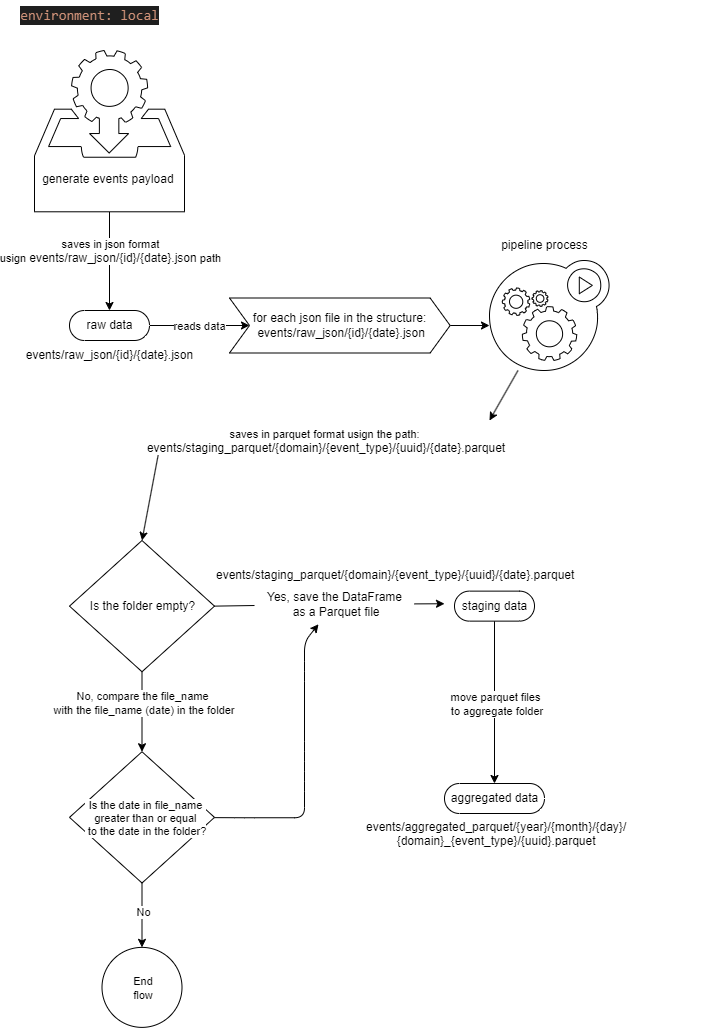
aureliowozhiak/case-pismo keeps this draw.io diagram as doc/pipeline_flow.png. Above is the earlier version. Source tidied: cells renumbered, new cells last; positions are measured from the earlier drawing's top-left corner, leaving out a move shared by most shapes.
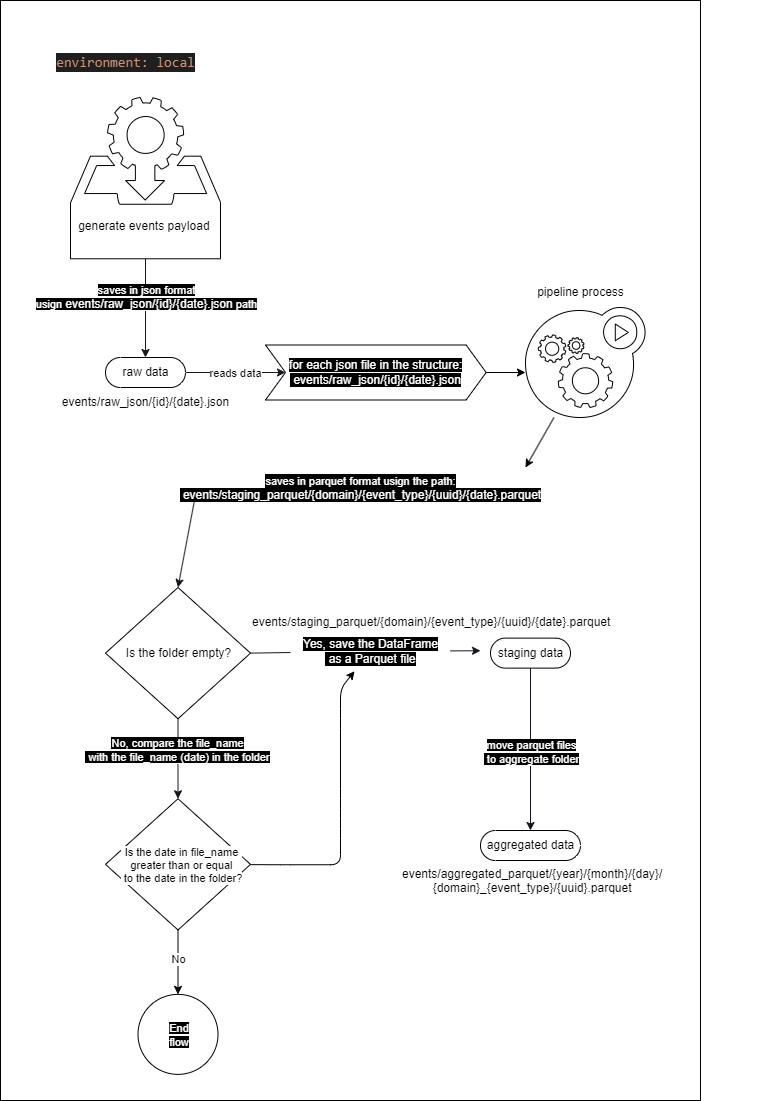
After the commit.

Commit message:
update flow imgs

What changed in the source:
```diff
@@ -2,7 +2,10 @@
   <root>
     <mxCell id="0" />
     <mxCell id="1" parent="0" />
+    <mxCell id="38" style="rounded=0;whiteSpace=wrap;html=1;fillColor=#FFFFFF;" parent="1" vertex="1">
+      <mxGeometry x="-45" y="-47" width="700" height="1100" as="geometry" />
+    </mxCell>
-    <mxCell id="2" style="edgeStyle=none;html=1;" parent="1" edge="1" source="4" target="17">
+    <mxCell id="2" style="edgeStyle=none;html=1;strokeColor=#18141D;" parent="1" edge="1" source="4" target="17">
       <mxGeometry relative="1" as="geometry" />
     </mxCell>
     <mxCell id="3" value="reads data" style="edgeLabel;html=1;align=center;verticalAlign=middle;" parent="2" vertex="1">
@@ -13,10 +16,10 @@
     <mxCell id="4" value="raw data" style="html=1;dashed=0;whitespace=wrap;shape=mxgraph.dfd.start;" parent="1" vertex="1">
       <mxGeometry x="60" y="310" width="80" height="30" as="geometry" />
     </mxCell>
-    <mxCell id="5" style="edgeStyle=none;html=1;" parent="1" edge="1" source="7" target="36">
+    <mxCell id="5" style="edgeStyle=none;html=1;strokeColor=#18141D;" parent="1" edge="1" source="7" target="36">
       <mxGeometry relative="1" as="geometry" />
     </mxCell>
-    <mxCell id="6" value="&lt;span style=&quot;background-color: rgb(255, 255, 255);&quot;&gt;&lt;font color=&quot;#000000&quot;&gt;move parquet files&lt;br&gt;&amp;nbsp;to aggregate folder&lt;/font&gt;&lt;/span&gt;" style="edgeLabel;html=1;align=center;verticalAlign=middle;" parent="5" vertex="1">
+    <mxCell id="6" value="&lt;font style=&quot;background-color: rgb(0, 0, 0);&quot; color=&quot;#ffffff&quot;&gt;move parquet files&lt;br&gt;&amp;nbsp;to aggregate folder&lt;/font&gt;" style="edgeLabel;html=1;align=center;verticalAlign=middle;" parent="5" vertex="1">
       <mxGeometry x="-0.29" y="-1" relative="1" as="geometry">
         <mxPoint x="1" y="25" as="offset" />
       </mxGeometry>
@@ -24,10 +27,10 @@
     <mxCell id="7" value="staging data" style="html=1;dashed=0;whitespace=wrap;shape=mxgraph.dfd.start;" parent="1" vertex="1">
       <mxGeometry x="445" y="590.6" width="80" height="30" as="geometry" />
     </mxCell>
-    <mxCell id="8" style="edgeStyle=none;html=1;" parent="1" edge="1" source="10" target="4">
+    <mxCell id="8" style="edgeStyle=none;html=1;strokeColor=#18141D;" parent="1" edge="1" source="10" target="4">
       <mxGeometry relative="1" as="geometry" />
     </mxCell>
-    <mxCell id="9" value="&lt;span style=&quot;background-color: rgb(255, 255, 255);&quot;&gt;&lt;font color=&quot;#000000&quot;&gt;saves in json format &lt;br&gt;usign&amp;nbsp;&lt;span style=&quot;font-size: 12px;&quot;&gt;events/raw_json/{id}/{date}.json&lt;/span&gt;&amp;nbsp;path&lt;/font&gt;&lt;/span&gt;" style="edgeLabel;html=1;align=center;verticalAlign=middle;" parent="8" vertex="1">
+    <mxCell id="9" value="&lt;font color=&quot;#ffffff&quot; style=&quot;background-color: rgb(0, 0, 0);&quot;&gt;saves in json format &lt;br&gt;usign&amp;nbsp;&lt;span style=&quot;font-size: 12px;&quot;&gt;events/raw_json/{id}/{date}.json&lt;/span&gt;&amp;nbsp;path&lt;/font&gt;" style="edgeLabel;html=1;align=center;verticalAlign=middle;" parent="8" vertex="1">
       <mxGeometry x="-0.45" y="3" relative="1" as="geometry">
         <mxPoint x="-3" y="11" as="offset" />
       </mxGeometry>
@@ -38,7 +41,7 @@
     <mxCell id="11" value="&lt;span style=&quot;color: rgb(0, 0, 0); background-color: rgb(255, 255, 255);&quot;&gt;events/raw_json/{id}/{date}.json&lt;/span&gt;" style="text;html=1;align=center;verticalAlign=middle;strokeColor=none;fillColor=none;" parent="1" vertex="1">
       <mxGeometry x="5" y="340" width="190" height="30" as="geometry" />
     </mxCell>
-    <mxCell id="12" style="edgeStyle=none;html=1;entryX=1;entryY=0;entryDx=0;entryDy=0;" parent="1" edge="1" source="13" target="20">
+    <mxCell id="12" style="edgeStyle=none;html=1;entryX=1;entryY=0;entryDx=0;entryDy=0;strokeColor=#000000;" parent="1" edge="1" source="13" target="20">
       <mxGeometry relative="1" as="geometry" />
     </mxCell>
     <mxCell id="13" style="sketch=0;html=1;shadow=0;align=center;verticalAlign=top;shape=mxgraph.gcp2.gear_load;labelBackgroundColor=#0D0D0D;" parent="1" vertex="1">
@@ -50,31 +53,31 @@
     <mxCell id="15" value="&lt;div style=&quot;color: rgb(204, 204, 204); background-color: rgb(31, 31, 31); font-family: Consolas, &amp;quot;Courier New&amp;quot;, monospace; font-size: 14px; line-height: 19px;&quot;&gt;&lt;span style=&quot;color: #ce9178;&quot;&gt;environment: local&lt;/span&gt;&lt;/div&gt;" style="text;html=1;align=center;verticalAlign=middle;strokeColor=none;fillColor=none;" parent="1" vertex="1">
       <mxGeometry width="160" height="30" as="geometry" />
     </mxCell>
-    <mxCell id="16" style="edgeStyle=none;html=1;exitX=1;exitY=0.5;exitDx=0;exitDy=0;entryX=0;entryY=0.591;entryDx=0;entryDy=0;entryPerimeter=0;" parent="1" edge="1" source="17" target="13">
+    <mxCell id="16" style="edgeStyle=none;html=1;exitX=1;exitY=0.5;exitDx=0;exitDy=0;entryX=0;entryY=0.591;entryDx=0;entryDy=0;entryPerimeter=0;strokeColor=#000000;" parent="1" edge="1" source="17" target="13">
       <mxGeometry relative="1" as="geometry" />
     </mxCell>
     <mxCell id="17" style="shape=step;perimeter=stepPerimeter;whiteSpace=wrap;html=1;fixedSize=1;verticalAlign=top;sketch=0;shadow=0;labelBackgroundColor=#0D0D0D;" parent="1" vertex="1">
       <mxGeometry x="220" y="297.5" width="220.6" height="55" as="geometry" />
     </mxCell>
-    <mxCell id="18" value="&lt;font style=&quot;background-color: rgb(255, 255, 255);&quot; color=&quot;#000000&quot;&gt;for each json file in the structure:&lt;br&gt;&amp;nbsp;events/raw_json/{id}/{date}.json&lt;/font&gt;" style="text;html=1;align=center;verticalAlign=middle;strokeColor=none;fillColor=none;" parent="1" vertex="1">
+    <mxCell id="18" value="&lt;font color=&quot;#ffffff&quot; style=&quot;background-color: rgb(0, 0, 0);&quot;&gt;for each json file in the structure:&lt;br&gt;&amp;nbsp;events/raw_json/{id}/{date}.json&lt;/font&gt;" style="text;html=1;align=center;verticalAlign=middle;strokeColor=none;fillColor=none;" parent="1" vertex="1">
       <mxGeometry x="230.3" y="305" width="200" height="40" as="geometry" />
     </mxCell>
-    <mxCell id="19" style="edgeStyle=none;html=1;exitX=0;exitY=0.5;exitDx=0;exitDy=0;entryX=0.5;entryY=0;entryDx=0;entryDy=0;" parent="1" edge="1" source="20" target="23">
+    <mxCell id="19" style="edgeStyle=none;html=1;exitX=0;exitY=0.5;exitDx=0;exitDy=0;entryX=0.5;entryY=0;entryDx=0;entryDy=0;strokeColor=#18141D;" parent="1" edge="1" source="20" target="23">
       <mxGeometry relative="1" as="geometry" />
     </mxCell>
-    <mxCell id="20" value="&lt;font style=&quot;background-color: rgb(255, 255, 255);&quot; color=&quot;#000000&quot;&gt;&lt;span style=&quot;font-family: Helvetica; font-size: 11px; font-style: normal; font-variant-ligatures: normal; font-variant-caps: normal; font-weight: 400; letter-spacing: normal; orphans: 2; text-indent: 0px; text-transform: none; widows: 2; word-spacing: 0px; -webkit-text-stroke-width: 0px; text-decoration-thickness: initial; text-decoration-style: initial; text-decoration-color: initial; float: none; display: inline !important;&quot;&gt;saves in parquet format&amp;nbsp;&lt;/span&gt;&lt;span style=&quot;font-family: Helvetica; font-size: 11px; font-style: normal; font-variant-ligatures: normal; font-variant-caps: normal; font-weight: 400; letter-spacing: normal; orphans: 2; text-indent: 0px; text-transform: none; widows: 2; word-spacing: 0px; -webkit-text-stroke-width: 0px; text-decoration-thickness: initial; text-decoration-style: initial; text-decoration-color: initial; float: none; display: inline !important;&quot;&gt;usign the path:&lt;br&gt;&amp;nbsp;&lt;/span&gt;&lt;span style=&quot;border-color: rgb(0, 0, 0); font-family: Helvetica; font-style: normal; font-variant-ligatures: normal; font-variant-caps: normal; font-weight: 400; letter-spacing: normal; orphans: 2; text-indent: 0px; text-transform: none; widows: 2; word-spacing: 0px; -webkit-text-stroke-width: 0px; text-decoration-thickness: initial; text-decoration-style: initial; text-decoration-color: initial; font-size: 12px;&quot;&gt;events/staging_parquet/{domain}/{event_type}/{uuid}/{date}.parquet&lt;/span&gt;&lt;/font&gt;" style="text;html=1;align=center;" parent="1" vertex="1">
+    <mxCell id="20" value="&lt;font color=&quot;#ffffff&quot; style=&quot;background-color: rgb(0, 0, 0);&quot;&gt;&lt;span style=&quot;font-family: Helvetica; font-size: 11px; font-style: normal; font-variant-ligatures: normal; font-variant-caps: normal; font-weight: 400; letter-spacing: normal; orphans: 2; text-indent: 0px; text-transform: none; widows: 2; word-spacing: 0px; -webkit-text-stroke-width: 0px; text-decoration-thickness: initial; text-decoration-style: initial; text-decoration-color: initial; float: none; display: inline !important;&quot;&gt;saves in parquet format&amp;nbsp;&lt;/span&gt;&lt;span style=&quot;font-family: Helvetica; font-size: 11px; font-style: normal; font-variant-ligatures: normal; font-variant-caps: normal; font-weight: 400; letter-spacing: normal; orphans: 2; text-indent: 0px; text-transform: none; widows: 2; word-spacing: 0px; -webkit-text-stroke-width: 0px; text-decoration-thickness: initial; text-decoration-style: initial; text-decoration-color: initial; float: none; display: inline !important;&quot;&gt;usign the path:&lt;br&gt;&amp;nbsp;&lt;/span&gt;&lt;span style=&quot;border-color: rgb(0, 0, 0); font-family: Helvetica; font-style: normal; font-variant-ligatures: normal; font-variant-caps: normal; font-weight: 400; letter-spacing: normal; orphans: 2; text-indent: 0px; text-transform: none; widows: 2; word-spacing: 0px; -webkit-text-stroke-width: 0px; text-decoration-thickness: initial; text-decoration-style: initial; text-decoration-color: initial; font-size: 12px;&quot;&gt;events/staging_parquet/{domain}/{event_type}/{uuid}/{date}.parquet&lt;/span&gt;&lt;/font&gt;" style="text;html=1;align=center;" parent="1" vertex="1">
       <mxGeometry x="150" y="420" width="330" height="55" as="geometry" />
     </mxCell>
-    <mxCell id="21" style="edgeStyle=none;html=1;" parent="1" edge="1" source="23" target="32">
+    <mxCell id="21" style="edgeStyle=none;html=1;strokeColor=#18141D;" parent="1" edge="1" source="23" target="32">
       <mxGeometry relative="1" as="geometry" />
     </mxCell>
-    <mxCell id="22" value="&lt;font style=&quot;background-color: rgb(255, 255, 255);&quot; color=&quot;#000000&quot;&gt;No,&amp;nbsp;compare the file_name&lt;br&gt;&amp;nbsp;with the file_name (date) in the folder&lt;/font&gt;" style="edgeLabel;html=1;align=center;verticalAlign=middle;" parent="21" vertex="1">
+    <mxCell id="22" value="&lt;font color=&quot;#ffffff&quot; style=&quot;background-color: rgb(0, 0, 0);&quot;&gt;No,&amp;nbsp;compare the file_name&lt;br&gt;&amp;nbsp;with the file_name (date) in the folder&lt;/font&gt;" style="edgeLabel;html=1;align=center;verticalAlign=middle;" parent="21" vertex="1">
       <mxGeometry x="-0.25" y="-1" relative="1" as="geometry" />
     </mxCell>
     <mxCell id="23" style="rhombus;whiteSpace=wrap;html=1;labelBackgroundColor=#000000;labelBorderColor=none;" parent="1" vertex="1">
       <mxGeometry x="60" y="540" width="145" height="131.2" as="geometry" />
     </mxCell>
-    <mxCell id="24" style="edgeStyle=none;html=1;startArrow=none;" parent="1" edge="1" source="27">
+    <mxCell id="24" style="edgeStyle=none;html=1;startArrow=none;strokeColor=#18141D;" parent="1" edge="1" source="27">
       <mxGeometry relative="1" as="geometry">
         <mxPoint x="435" y="603.2" as="targetPoint" />
       </mxGeometry>
@@ -82,16 +85,16 @@
     <mxCell id="25" value="Is the folder empty?" style="text;html=1;align=center;verticalAlign=middle;strokeColor=none;fillColor=none;" parent="1" vertex="1">
       <mxGeometry x="67.5" y="591.2" width="130" height="30" as="geometry" />
     </mxCell>
-    <mxCell id="26" style="edgeStyle=none;html=1;endArrow=none;exitX=1;exitY=0.5;exitDx=0;exitDy=0;" parent="1" edge="1" source="23" target="27">
+    <mxCell id="26" style="edgeStyle=none;html=1;endArrow=none;exitX=1;exitY=0.5;exitDx=0;exitDy=0;strokeColor=#18141D;" parent="1" edge="1" source="23" target="27">
       <mxGeometry relative="1" as="geometry" />
     </mxCell>
-    <mxCell id="27" value="&lt;font style=&quot;background-color: rgb(255, 255, 255);&quot; color=&quot;#000000&quot;&gt;Yes, save the DataFrame&lt;br&gt;&amp;nbsp;as a Parquet file&lt;/font&gt;" style="text;html=1;align=center;verticalAlign=middle;points=[];strokeColor=none;fillColor=none;" parent="1" vertex="1">
+    <mxCell id="27" value="&lt;font color=&quot;#ffffff&quot; style=&quot;background-color: rgb(0, 0, 0);&quot;&gt;Yes, save the DataFrame&lt;br&gt;&amp;nbsp;as a Parquet file&lt;/font&gt;" style="text;html=1;align=center;verticalAlign=middle;points=[];strokeColor=none;fillColor=none;" parent="1" vertex="1">
       <mxGeometry x="245" y="583.8" width="160" height="40" as="geometry" />
     </mxCell>
     <mxCell id="28" value="&lt;span style=&quot;font-family: Helvetica; font-size: 12px; font-style: normal; font-variant-ligatures: normal; font-variant-caps: normal; font-weight: 400; letter-spacing: normal; orphans: 2; text-align: center; text-indent: 0px; text-transform: none; widows: 2; word-spacing: 0px; -webkit-text-stroke-width: 0px; text-decoration-thickness: initial; text-decoration-style: initial; text-decoration-color: initial; float: none; display: inline !important; background-color: rgb(255, 255, 255);&quot;&gt;&lt;font style=&quot;&quot; color=&quot;#000000&quot;&gt;events/&lt;/font&gt;&lt;span style=&quot;color: rgb(0, 0, 0);&quot;&gt;staging_&lt;/span&gt;&lt;font style=&quot;&quot; color=&quot;#000000&quot;&gt;parquet/{domain}/{event_type}/{uuid}/{date}.parquet&lt;/font&gt;&lt;/span&gt;" style="text;whiteSpace=wrap;html=1;" parent="1" vertex="1">
       <mxGeometry x="205" y="560.8" width="360" height="23" as="geometry" />
     </mxCell>
-    <mxCell id="29" style="edgeStyle=none;html=1;" parent="1" edge="1" source="32" target="27">
+    <mxCell id="29" style="edgeStyle=none;html=1;strokeColor=#000000;" parent="1" edge="1" source="32" target="27">
       <mxGeometry relative="1" as="geometry">
         <Array as="points">
           <mxPoint x="235" y="817.2" />
@@ -103,7 +106,7 @@
         </Array>
       </mxGeometry>
     </mxCell>
-    <mxCell id="30" style="edgeStyle=none;html=1;" parent="1" edge="1" target="34">
+    <mxCell id="30" style="edgeStyle=none;html=1;strokeColor=#000000;" parent="1" edge="1" target="34">
       <mxGeometry relative="1" as="geometry">
         <mxPoint x="132.5" y="841.2" as="sourcePoint" />
       </mxGeometry>
@@ -122,7 +125,7 @@
     <mxCell id="34" style="ellipse;whiteSpace=wrap;html=1;labelBackgroundColor=#000000;labelBorderColor=none;" parent="1" vertex="1">
       <mxGeometry x="92.5" y="946.9" width="80" height="80" as="geometry" />
     </mxCell>
-    <mxCell id="35" value="&lt;div style=&quot;text-align: center;&quot;&gt;&lt;span style=&quot;font-size: 11px; background-color: rgb(255, 255, 255);&quot;&gt;&lt;font style=&quot;&quot; color=&quot;#000000&quot;&gt;End flow&lt;/font&gt;&lt;/span&gt;&lt;/div&gt;" style="text;whiteSpace=wrap;html=1;" parent="1" vertex="1">
+    <mxCell id="35" value="&lt;div style=&quot;text-align: center;&quot;&gt;&lt;span style=&quot;font-size: 11px; background-color: rgb(0, 0, 0);&quot;&gt;&lt;font style=&quot;&quot; color=&quot;#ffffff&quot;&gt;End flow&lt;/font&gt;&lt;/span&gt;&lt;/div&gt;" style="text;whiteSpace=wrap;html=1;" parent="1" vertex="1">
       <mxGeometry x="112.5" y="966.9" width="40" height="40" as="geometry" />
     </mxCell>
     <mxCell id="36" value="aggregated data" style="html=1;dashed=0;whitespace=wrap;shape=mxgraph.dfd.start;" parent="1" vertex="1">
```
